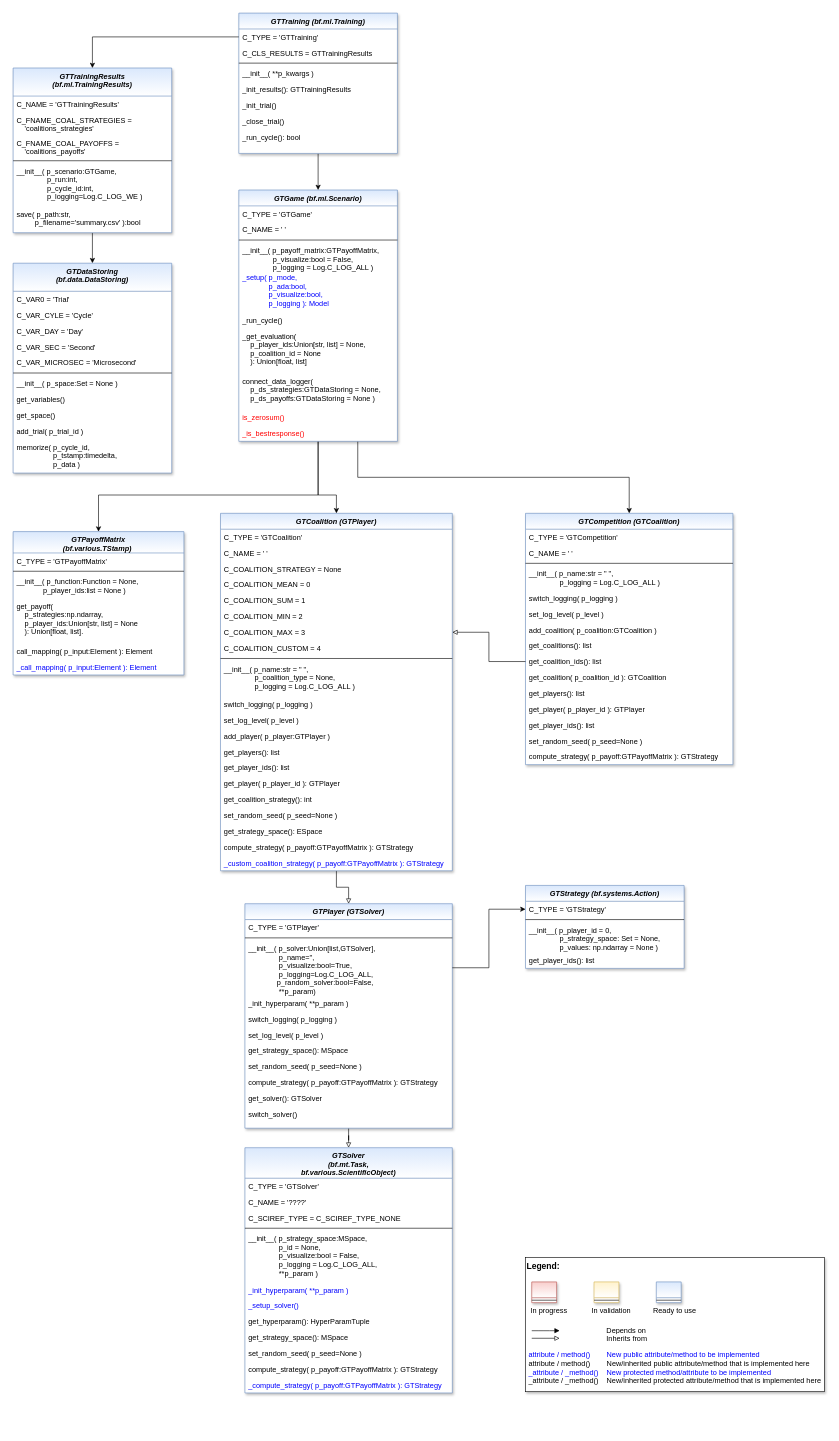
fhswf/MLPro keeps this draw.io diagram as doc/rtd/content/04_appendices/appendix2/sub/core/mlpro_gt/images/MLPro-GT-Native_class_diagram.drawio. Above is the earlier version. Source tidied: cells renumbered, new cells numbered last; positions are measured from the earlier drawing's top-left corner, leaving out a move shared by most shapes. Both pictures are drawn from the tidied source at 61%, with x=0, y=0 at pixel (13, 13).
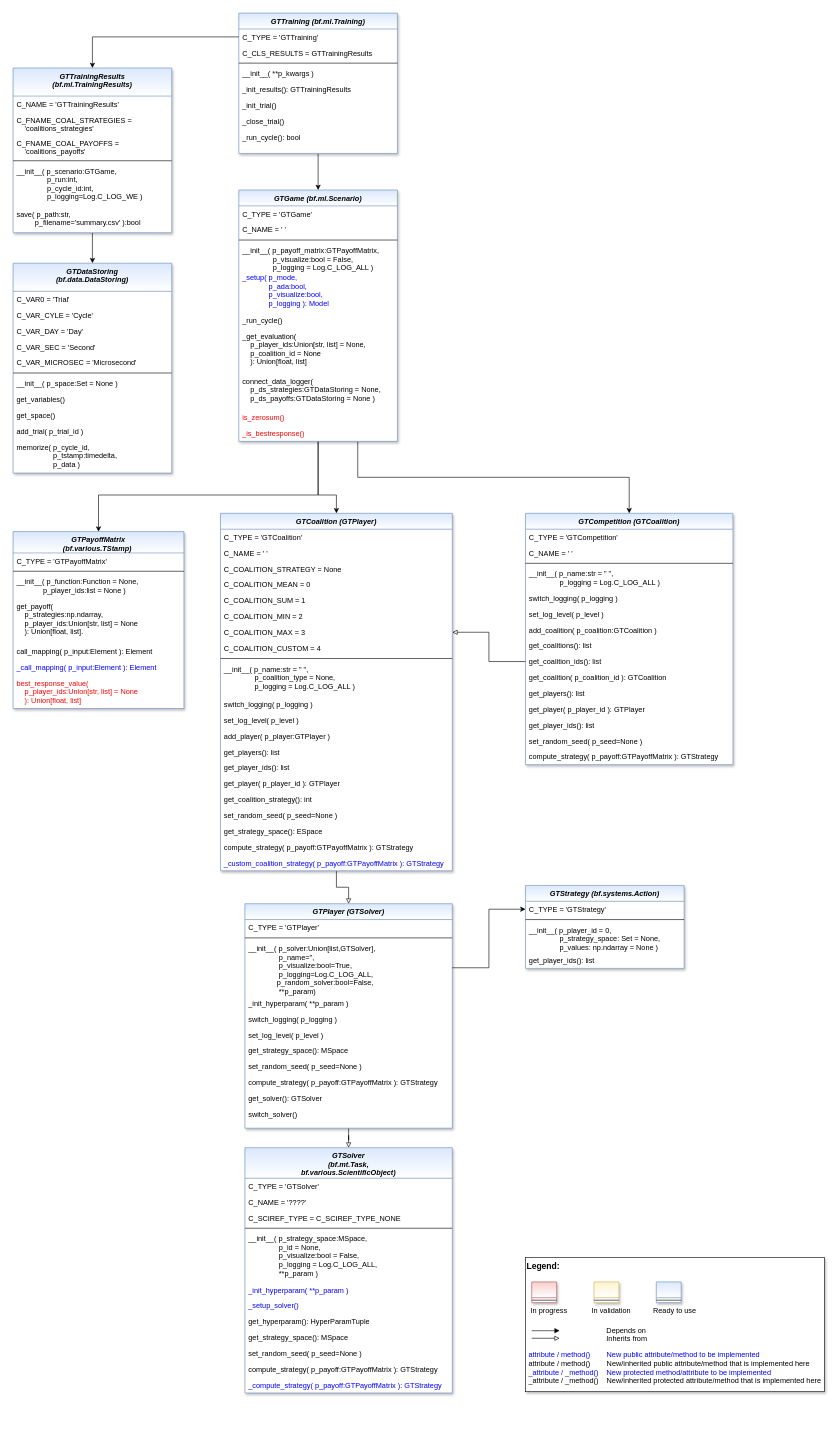
The same diagram, later.

Commit message (it also covers changes not shown here):
update MLPro-GT-Native_class_diagram

What changed in the source:
```diff
@@
     <mxCell id="80" value="GTPayoffMatrix&#10;(bf.various.TStamp) " style="swimlane;fontStyle=3;align=center;verticalAlign=top;horizontal=1;startSize=35;rounded=0;shadow=1;strokeWidth=1;fillColor=#dae8fc;strokeColor=#6c8ebf;swimlaneFillColor=#ffffff;gradientColor=#FFFFFF;" parent="1" vertex="1">
-      <mxGeometry y="850" width="280" height="235" as="geometry" />
+      <mxGeometry y="850" width="280" height="290" as="geometry" />
     </mxCell>
@@
+    <mxCell id="136" value="best_response_value(&#10;    p_player_ids:Union[str, list] = None&#10;    ): Union[float, list]" style="text;align=left;verticalAlign=top;spacingLeft=4;spacingRight=4;overflow=hidden;fontColor=#FF0000;" parent="80" vertex="1">
+      <mxGeometry y="235" width="280" height="55" as="geometry" />
+    </mxCell>
```
